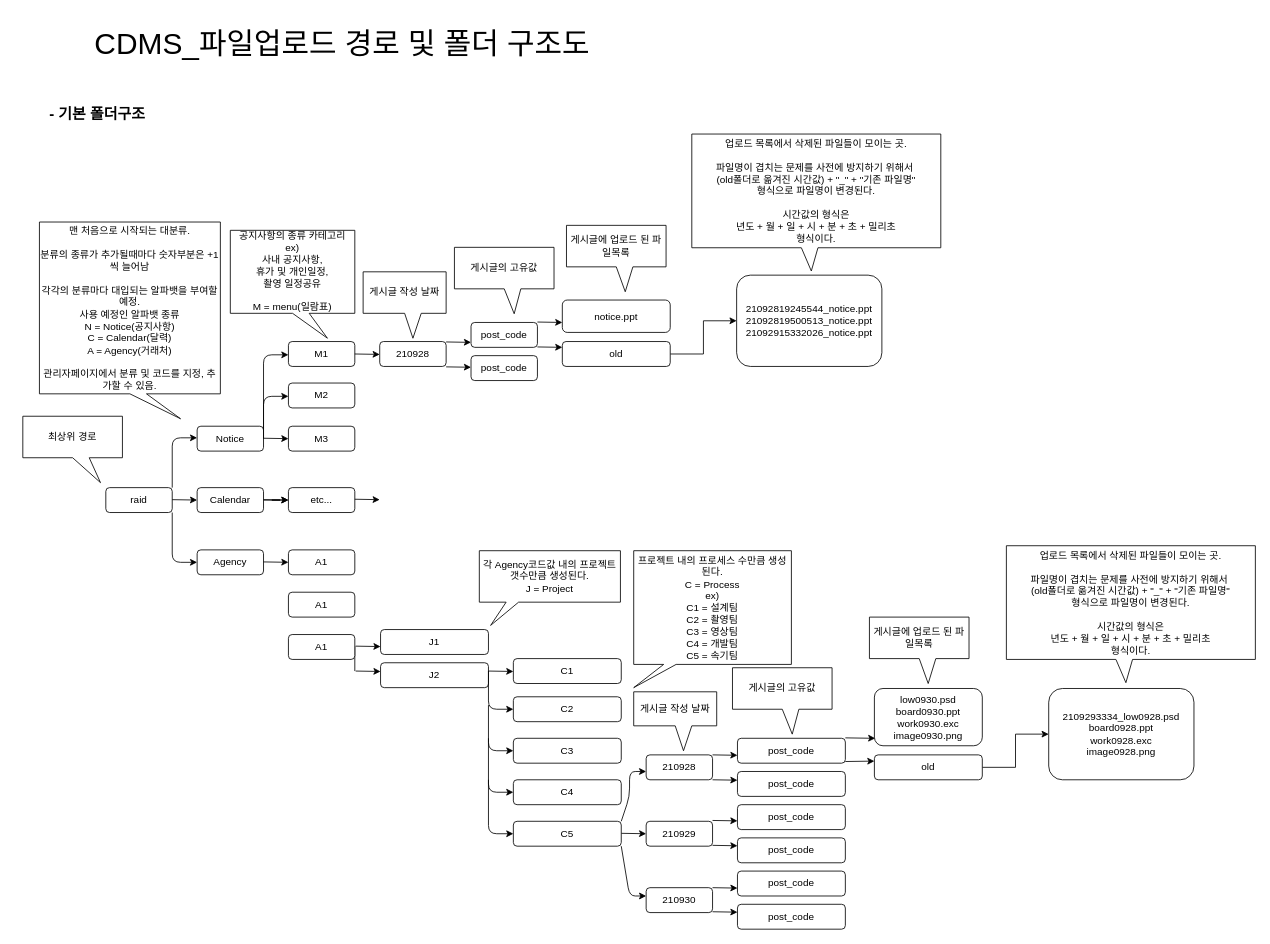
The draw.io diagram _DEV/CDMS_DirModel.drawio in joo98e/CDMS_demo, before the edit. Source tidied: cells renumbered, new cells numbered last; positions are measured from the earlier drawing's top-left corner, leaving out a move shared by most shapes. Both pictures are drawn from the tidied source at 83%, with x=0, y=0 at pixel (14, 14).
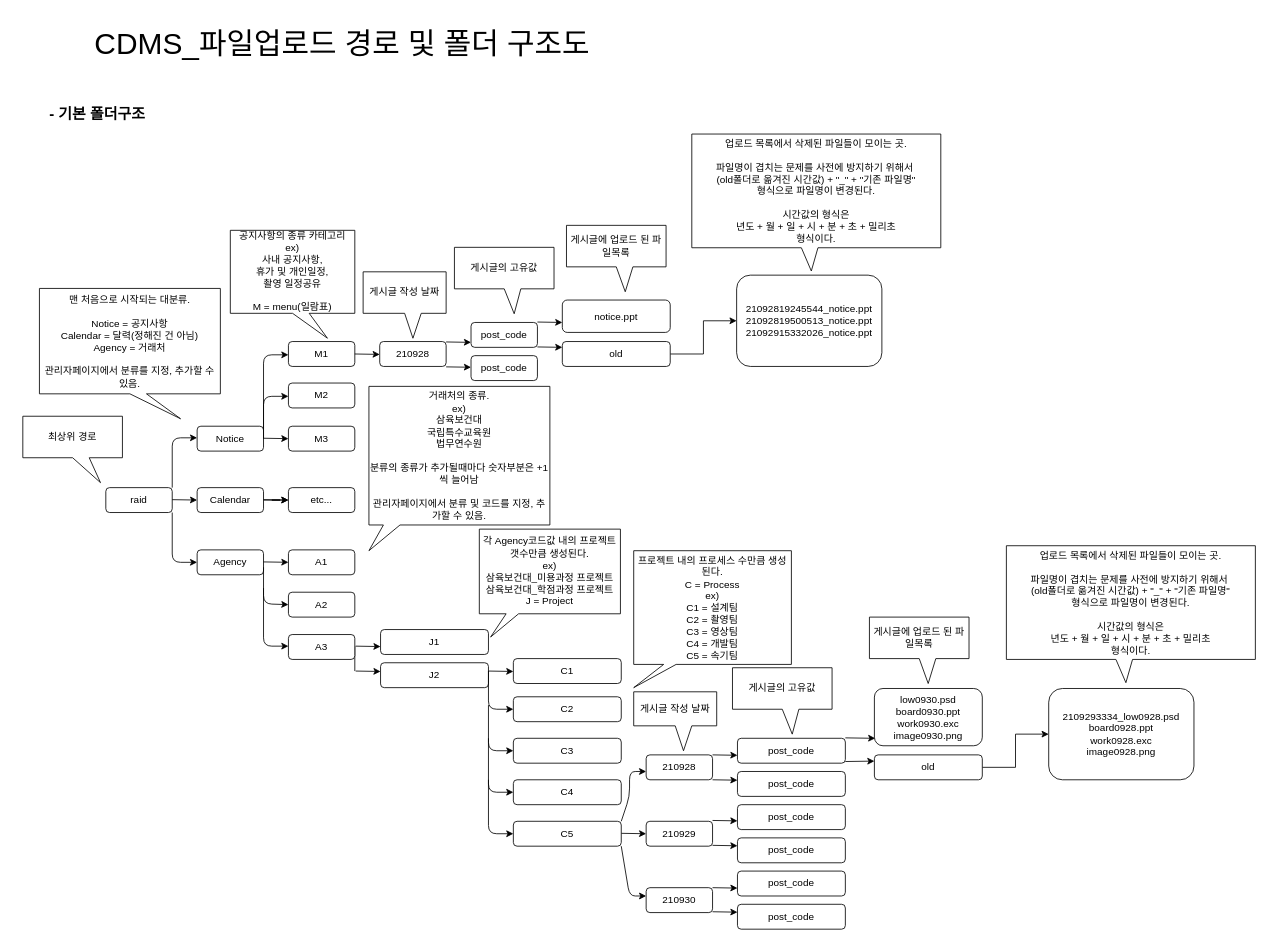
After the change.

Commit message:
211001_디렉터리 설계도 설명 추가

211001_디렉터리 설계도 설명 추가

What changed in the source:
```diff
@@
-    <mxCell id="58" style="endArrow=classic;html=1;" parent="1" edge="1">
-      <mxGeometry relative="1" as="geometry">
-        <mxPoint x="410" y="584" as="sourcePoint" />
-        <mxPoint x="440" y="584.5" as="targetPoint" />
-      </mxGeometry>
-    </mxCell>
@@
-    <mxCell id="70" value="맨 처음으로 시작되는 대분류.&lt;br&gt;&lt;br&gt;분류의 종류가 추가될때마다 숫자부분은 +1씩 늘어남&lt;br&gt;&lt;br&gt;각각의 분류마다 대입되는 알파뱃을 부여할 예정.&lt;br&gt;사용 예정인 알파뱃 종류&lt;br&gt;N = Notice(공지사항)&lt;br&gt;C = Calendar(달력)&lt;br&gt;A = Agency(거래처)&lt;br&gt;&lt;br&gt;관리자페이지에서 분류 및 코드를 지정, 추가할 수 있음." style="shape=callout;whiteSpace=wrap;html=1;perimeter=calloutPerimeter;position2=0.78;" parent="1" vertex="1">
-      <mxGeometry x="30" y="250" width="218" height="237" as="geometry" />
+    <mxCell id="70" value="맨 처음으로 시작되는 대분류.&lt;br&gt;&lt;br&gt;Notice = 공지사항&lt;br&gt;Calendar = 달력(정해진 건 아님)&lt;br&gt;Agency = 거래처&lt;br&gt;&lt;br&gt;관리자페이지에서 분류를 지정, 추가할 수 있음." style="shape=callout;whiteSpace=wrap;html=1;perimeter=calloutPerimeter;position2=0.78;" parent="1" vertex="1">
+      <mxGeometry x="30" y="330" width="218" height="157" as="geometry" />
     </mxCell>
@@
-    <mxCell id="77" value="각 Agency코드값 내의 프로젝트 갯수만큼 생성된다.&lt;br&gt;J = Project" style="shape=callout;whiteSpace=wrap;html=1;perimeter=calloutPerimeter;position2=0.08;size=28;position=0.19;base=15;" parent="1" vertex="1">
-      <mxGeometry x="560" y="646" width="170" height="90" as="geometry" />
+    <mxCell id="77" value="각 Agency코드값 내의 프로젝트 갯수만큼 생성된다.&lt;br&gt;ex)&lt;br&gt;삼육보건대_미용과정 프로젝트&lt;br&gt;삼육보건대_학점과정 프로젝트&lt;br&gt;J = Project" style="shape=callout;whiteSpace=wrap;html=1;perimeter=calloutPerimeter;position2=0.08;size=28;position=0.19;base=15;" parent="1" vertex="1">
+      <mxGeometry x="560" y="620" width="170" height="130" as="geometry" />
     </mxCell>
@@
-    <mxCell id="87" value="A1" style="rounded=1;whiteSpace=wrap;html=1;" parent="1" vertex="1">
+    <mxCell id="87" value="A2" style="rounded=1;whiteSpace=wrap;html=1;" parent="1" vertex="1">
       <mxGeometry x="330" y="696" width="80" height="30" as="geometry" />
     </mxCell>
-    <mxCell id="88" value="A1" style="rounded=1;whiteSpace=wrap;html=1;" parent="1" vertex="1">
+    <mxCell id="88" value="A3" style="rounded=1;whiteSpace=wrap;html=1;" parent="1" vertex="1">
       <mxGeometry x="330" y="747" width="80" height="30" as="geometry" />
     </mxCell>
+    <mxCell id="89" style="endArrow=classic;html=1;entryX=0;entryY=0.5;entryDx=0;entryDy=0;" parent="1" edge="1" target="87">
+      <mxGeometry relative="1" as="geometry">
+        <mxPoint x="300" y="666" as="sourcePoint" />
+        <Array as="points">
+          <mxPoint x="300" y="710" />
+        </Array>
+      </mxGeometry>
+    </mxCell>
+    <mxCell id="90" style="endArrow=classic;html=1;" parent="1" edge="1">
+      <mxGeometry relative="1" as="geometry">
+        <mxPoint x="300" y="691" as="sourcePoint" />
+        <mxPoint x="330" y="761" as="targetPoint" />
+        <Array as="points">
+          <mxPoint x="300" y="761" />
+        </Array>
+      </mxGeometry>
+    </mxCell>
+    <mxCell id="91" value="거래처의 종류.&lt;br&gt;ex)&lt;br&gt;삼육보건대&lt;br&gt;국립특수교육원&lt;br&gt;법무연수원&lt;br&gt;&lt;br&gt;분류의 종류가 추가될때마다 숫자부분은 +1씩 늘어남&lt;br&gt;&lt;br&gt;관리자페이지에서 분류 및 코드를 지정, 추가할 수 있음." style="shape=callout;whiteSpace=wrap;html=1;perimeter=calloutPerimeter;position2=0;size=31;position=0.08;" parent="1" vertex="1">
+      <mxGeometry x="427" y="448" width="218" height="198" as="geometry" />
+    </mxCell>
```
